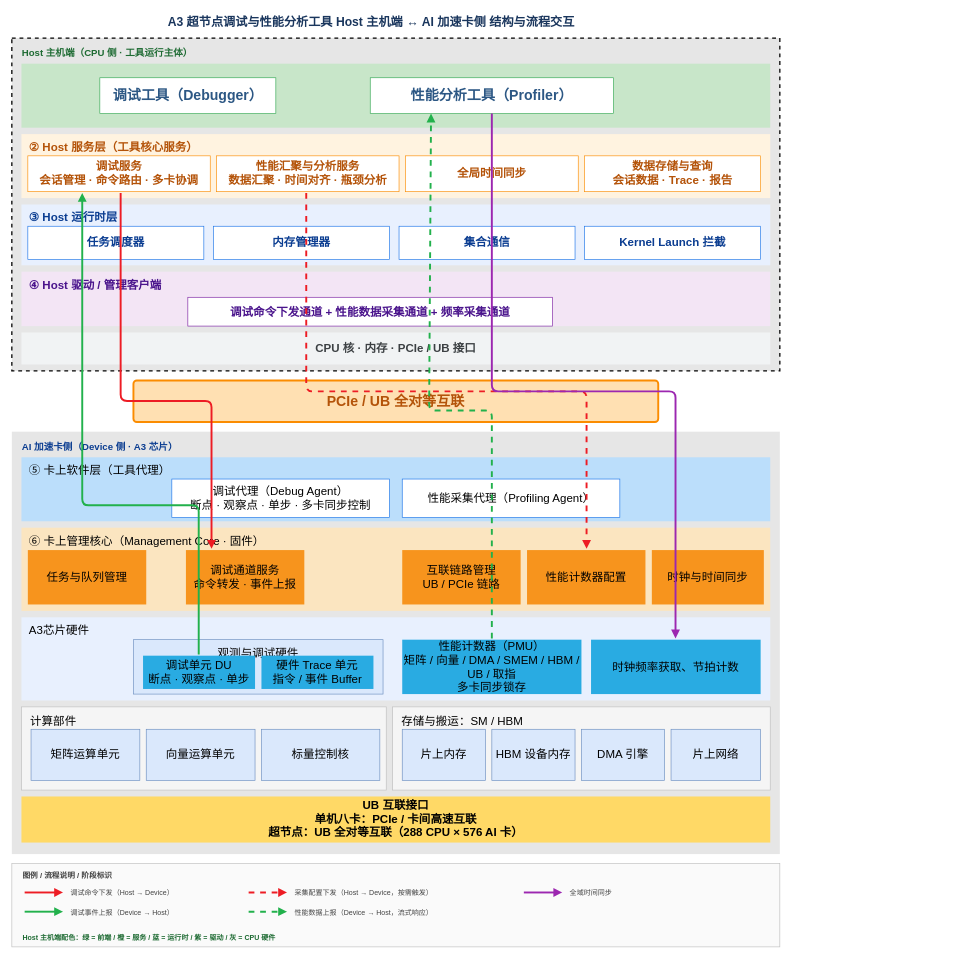
Earlier version of the draw.io diagram page "第 6 页" (6 of 6) of 超节点主机设备侧交互流程图.drawio (HanxuLiu/drawio-files). Source tidied: cells renumbered, new cells numbered last; positions are measured from the earlier drawing's top-left corner, leaving out a move shared by most shapes. Both pictures are drawn from the tidied source at 64%, with x=0, y=0 at pixel (12, 11).
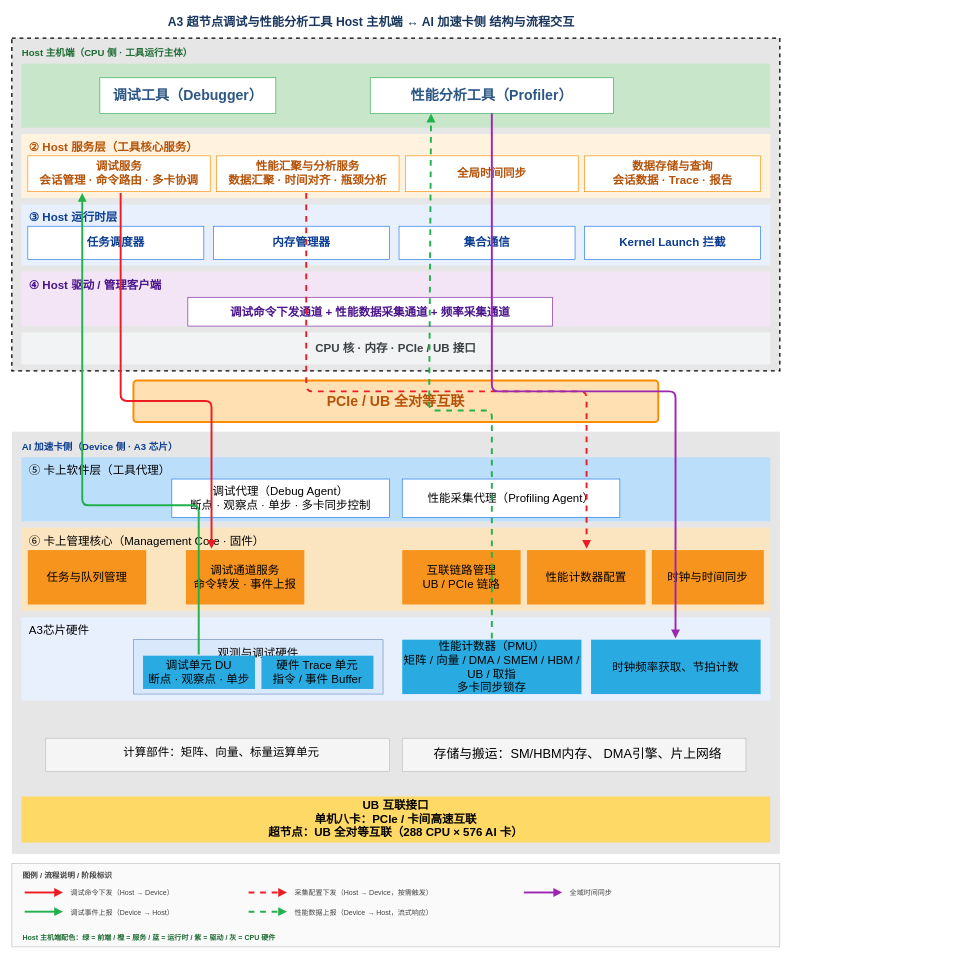
Above is the later version.

Commit message (it also covers changes not shown here):
更新超节点主机设备侧交互流程图.drawio

The edit, as a diff of the source:
```diff
@@
-    <mxCell id="43" value="计算部件" style="rounded=0;whiteSpace=wrap;html=1;fillColor=#F5F5F5;strokeColor=#BDBDBD;fontSize=18;fontColor=#000000;fontStyle=0;verticalAlign=top;align=left;spacingLeft=12;spacingTop=6;" parent="1" vertex="1">
-      <mxGeometry x="15" y="1087" width="570" height="130" as="geometry" />
+    <mxCell id="43" value="计算部件：矩阵、向量、标量运算单元" style="rounded=0;whiteSpace=wrap;html=1;fillColor=#F5F5F5;strokeColor=#BDBDBD;fontSize=18;fontColor=#000000;fontStyle=0;verticalAlign=top;align=center;spacingLeft=12;spacingTop=6;" parent="1" vertex="1">
+      <mxGeometry x="53" y="1136" width="537" height="52" as="geometry" />
     </mxCell>
-    <mxCell id="44" value="矩阵运算单元" style="rounded=0;whiteSpace=wrap;html=1;fillColor=#DAE8FC;strokeColor=#6C8EBF;fontSize=18;fontColor=#000000;fontStyle=0;" parent="1" vertex="1">
-      <mxGeometry x="30" y="1122" width="170" height="80" as="geometry" />
-    </mxCell>
-    <mxCell id="45" value="向量运算单元" style="rounded=0;whiteSpace=wrap;html=1;fillColor=#DAE8FC;strokeColor=#6C8EBF;fontSize=18;fontColor=#000000;fontStyle=0;" parent="1" vertex="1">
-      <mxGeometry x="210" y="1122" width="170" height="80" as="geometry" />
-    </mxCell>
-    <mxCell id="46" value="标量控制核" style="rounded=0;whiteSpace=wrap;html=1;fillColor=#DAE8FC;strokeColor=#6C8EBF;fontSize=18;fontColor=#000000;fontStyle=0;" parent="1" vertex="1">
-      <mxGeometry x="390" y="1122" width="185" height="80" as="geometry" />
-    </mxCell>
-    <mxCell id="47" value="存储与搬运：SM / HBM" style="rounded=0;whiteSpace=wrap;html=1;fillColor=#F5F5F5;strokeColor=#BDBDBD;fontSize=18;fontColor=#000000;fontStyle=0;verticalAlign=top;align=left;spacingLeft=12;spacingTop=6;" parent="1" vertex="1">
-      <mxGeometry x="595" y="1087" width="590" height="130" as="geometry" />
+    <mxCell id="47" value="&lt;font style=&quot;font-size: 20px;&quot;&gt;存储与搬运：SM/HBM内存、 DMA引擎、片上网络&lt;/font&gt;" style="rounded=0;whiteSpace=wrap;html=1;fillColor=#F5F5F5;strokeColor=#BDBDBD;fontSize=18;fontColor=#000000;fontStyle=0;verticalAlign=top;align=center;spacingLeft=12;spacingTop=6;" parent="1" vertex="1">
+      <mxGeometry x="610" y="1136" width="537" height="52" as="geometry" />
     </mxCell>
-    <mxCell id="48" value="片上内存" style="rounded=0;whiteSpace=wrap;html=1;fillColor=#DAE8FC;strokeColor=#6C8EBF;fontSize=18;fontColor=#000000;fontStyle=0;" parent="1" vertex="1">
-      <mxGeometry x="610" y="1122" width="130" height="80" as="geometry" />
-    </mxCell>
-    <mxCell id="49" value="HBM 设备内存" style="rounded=0;whiteSpace=wrap;html=1;fillColor=#DAE8FC;strokeColor=#6C8EBF;fontSize=18;fontColor=#000000;fontStyle=0;" parent="1" vertex="1">
-      <mxGeometry x="750" y="1122" width="130" height="80" as="geometry" />
-    </mxCell>
-    <mxCell id="50" value="DMA 引擎" style="rounded=0;whiteSpace=wrap;html=1;fillColor=#DAE8FC;strokeColor=#6C8EBF;fontSize=18;fontColor=#000000;fontStyle=0;" parent="1" vertex="1">
-      <mxGeometry x="890" y="1122" width="130" height="80" as="geometry" />
-    </mxCell>
-    <mxCell id="51" value="片上网络" style="rounded=0;whiteSpace=wrap;html=1;fillColor=#DAE8FC;strokeColor=#6C8EBF;fontSize=18;fontColor=#000000;fontStyle=0;" parent="1" vertex="1">
-      <mxGeometry x="1030" y="1122" width="140" height="80" as="geometry" />
-    </mxCell>
```
